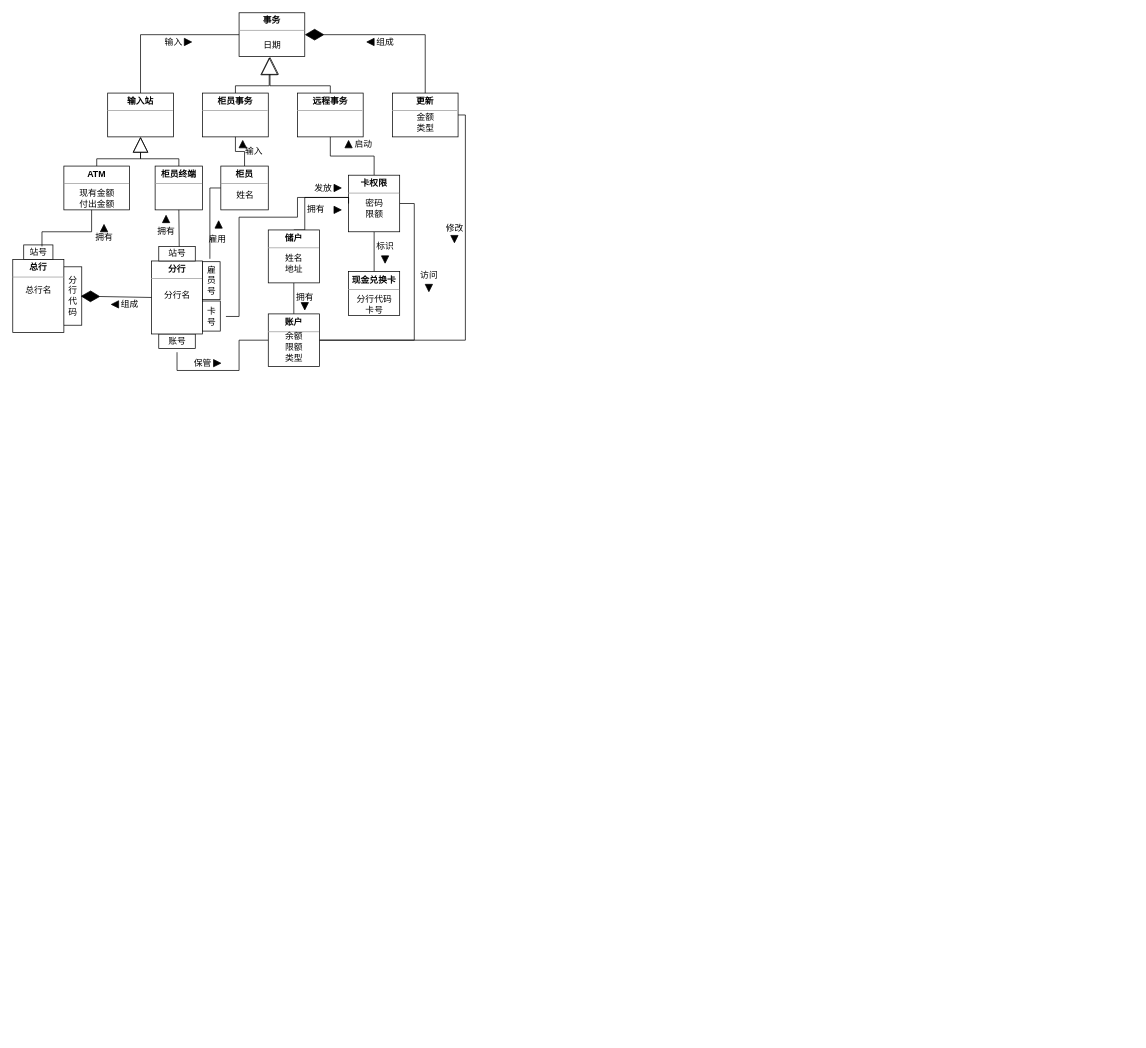
Earlier version of the draw.io diagram 实验二.drawio (1900100209/Data-Structures-And-Algorithms). Source tidied: cells renumbered, new cells numbered last; positions are measured from the earlier drawing's top-left corner, leaving out a move shared by most shapes. Both pictures are drawn from the tidied source at 73%, with x=0, y=0 at pixel (12, 12).
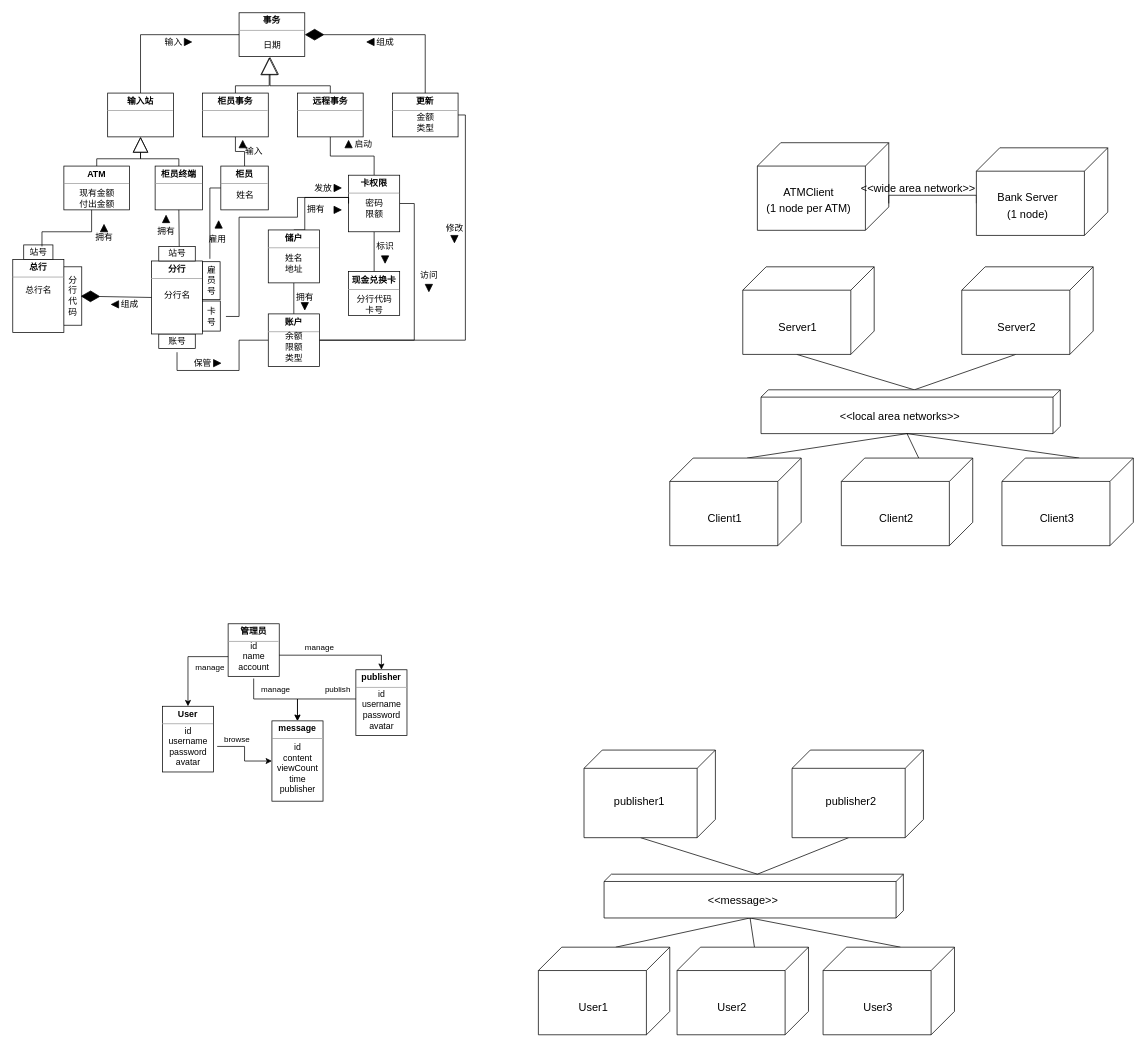
After the change.

Commit message:
更新实验二.drawio

Change to the diagram source:
```diff
@@
+    <mxCell id="95" style="verticalAlign=top;align=left;spacingTop=8;spacingLeft=2;spacingRight=12;shape=cube;size=32;direction=south;fontStyle=4;html=1;fontSize=15;" parent="1" vertex="1">
+      <mxGeometry x="1020" y="178" width="180" height="120" as="geometry" />
+    </mxCell>
+    <mxCell id="96" value="ATMClient" style="text;html=1;align=center;verticalAlign=middle;strokeColor=none;fillColor=none;fontSize=15;" parent="1" vertex="1">
+      <mxGeometry x="1045" y="230" width="90" height="30" as="geometry" />
+    </mxCell>
+    <mxCell id="97" value="(1 node per ATM)" style="text;html=1;align=center;verticalAlign=middle;strokeColor=none;fillColor=none;fontSize=15;" parent="1" vertex="1">
+      <mxGeometry x="1020" y="252.5" width="140" height="30" as="geometry" />
+    </mxCell>
+    <mxCell id="98" style="edgeStyle=orthogonalEdgeStyle;rounded=0;jettySize=auto;html=1;exitX=0;exitY=0;exitDx=76;exitDy=180;exitPerimeter=0;entryX=0.693;entryY=0;entryDx=0;entryDy=0;entryPerimeter=0;fontSize=15;endArrow=none;endFill=0;" parent="1" edge="1" source="99" target="95">
+      <mxGeometry relative="1" as="geometry">
+        <Array as="points">
+          <mxPoint x="1320" y="250" />
+          <mxPoint x="1200" y="250" />
+        </Array>
+      </mxGeometry>
+    </mxCell>
+    <mxCell id="99" style="verticalAlign=top;align=left;spacingTop=8;spacingLeft=2;spacingRight=12;shape=cube;size=32;direction=south;fontStyle=4;html=1;fontSize=15;" parent="1" vertex="1">
+      <mxGeometry x="1320" y="185" width="180" height="120" as="geometry" />
+    </mxCell>
+    <mxCell id="100" value="Bank Server" style="text;html=1;align=center;verticalAlign=middle;strokeColor=none;fillColor=none;fontSize=15;" parent="1" vertex="1">
+      <mxGeometry x="1335" y="237" width="110" height="30" as="geometry" />
+    </mxCell>
+    <mxCell id="101" value="(1 node)" style="text;html=1;align=center;verticalAlign=middle;strokeColor=none;fillColor=none;fontSize=15;" parent="1" vertex="1">
+      <mxGeometry x="1350" y="259.5" width="80" height="30" as="geometry" />
+    </mxCell>
+    <mxCell id="102" style="rounded=0;jettySize=auto;html=1;exitX=0;exitY=0;exitDx=120;exitDy=106;exitPerimeter=0;entryX=0;entryY=0;entryDx=0;entryDy=200;entryPerimeter=0;fontSize=15;endArrow=none;endFill=0;" parent="1" edge="1" source="103" target="108">
+      <mxGeometry relative="1" as="geometry" />
+    </mxCell>
+    <mxCell id="103" style="verticalAlign=top;align=left;spacingTop=8;spacingLeft=2;spacingRight=12;shape=cube;size=32;direction=south;fontStyle=4;html=1;fontSize=15;" parent="1" vertex="1">
+      <mxGeometry x="1000" y="348" width="180" height="120" as="geometry" />
+    </mxCell>
+    <mxCell id="104" value="Server1" style="text;html=1;align=center;verticalAlign=middle;strokeColor=none;fillColor=none;fontSize=15;" parent="1" vertex="1">
+      <mxGeometry x="1035" y="414.5" width="80" height="30" as="geometry" />
+    </mxCell>
+    <mxCell id="105" style="edgeStyle=none;rounded=0;jettySize=auto;html=1;exitX=0;exitY=0;exitDx=120;exitDy=106;exitPerimeter=0;fontSize=15;endArrow=none;endFill=0;entryX=0;entryY=0;entryDx=0;entryDy=200;entryPerimeter=0;" parent="1" edge="1" source="106" target="108">
+      <mxGeometry relative="1" as="geometry" />
+    </mxCell>
+    <mxCell id="106" style="verticalAlign=top;align=left;spacingTop=8;spacingLeft=2;spacingRight=12;shape=cube;size=32;direction=south;fontStyle=4;html=1;fontSize=15;" parent="1" vertex="1">
+      <mxGeometry x="1300" y="348" width="180" height="120" as="geometry" />
+    </mxCell>
+    <mxCell id="107" value="Server2" style="text;html=1;align=center;verticalAlign=middle;strokeColor=none;fillColor=none;fontSize=15;" parent="1" vertex="1">
+      <mxGeometry x="1335" y="414.5" width="80" height="30" as="geometry" />
+    </mxCell>
+    <mxCell id="108" style="verticalAlign=top;align=left;spacingTop=8;spacingLeft=2;spacingRight=12;shape=cube;size=10;direction=south;fontStyle=4;html=1;fontSize=15;" parent="1" vertex="1">
+      <mxGeometry x="1025" y="516.5" width="410" height="60" as="geometry" />
+    </mxCell>
+    <mxCell id="109" value="&amp;lt;&amp;lt;local area networks&amp;gt;&amp;gt;" style="text;html=1;align=center;verticalAlign=middle;strokeColor=none;fillColor=none;fontSize=15;" parent="1" vertex="1">
+      <mxGeometry x="1120" y="537" width="190" height="30" as="geometry" />
+    </mxCell>
+    <mxCell id="110" style="edgeStyle=none;rounded=0;jettySize=auto;html=1;exitX=0;exitY=0;exitDx=0;exitDy=74;exitPerimeter=0;entryX=0;entryY=0;entryDx=60;entryDy=210;entryPerimeter=0;fontSize=15;endArrow=none;endFill=0;" parent="1" edge="1" source="111" target="108">
+      <mxGeometry relative="1" as="geometry" />
+    </mxCell>
+    <mxCell id="111" style="verticalAlign=top;align=left;spacingTop=8;spacingLeft=2;spacingRight=12;shape=cube;size=32;direction=south;fontStyle=4;html=1;fontSize=15;" parent="1" vertex="1">
+      <mxGeometry x="900" y="610" width="180" height="120" as="geometry" />
+    </mxCell>
+    <mxCell id="112" value="Client1" style="text;html=1;align=center;verticalAlign=middle;strokeColor=none;fillColor=none;fontSize=15;" parent="1" vertex="1">
+      <mxGeometry x="940" y="676.5" width="70" height="30" as="geometry" />
+    </mxCell>
+    <mxCell id="113" style="edgeStyle=none;rounded=0;jettySize=auto;html=1;exitX=0;exitY=0;exitDx=0;exitDy=74;exitPerimeter=0;entryX=0;entryY=0;entryDx=60;entryDy=210;entryPerimeter=0;fontSize=15;endArrow=none;endFill=0;" parent="1" edge="1" source="114" target="108">
+      <mxGeometry relative="1" as="geometry" />
+    </mxCell>
+    <mxCell id="114" style="verticalAlign=top;align=left;spacingTop=8;spacingLeft=2;spacingRight=12;shape=cube;size=32;direction=south;fontStyle=4;html=1;fontSize=15;" parent="1" vertex="1">
+      <mxGeometry x="1135" y="610" width="180" height="120" as="geometry" />
+    </mxCell>
+    <mxCell id="115" value="Client2" style="text;html=1;align=center;verticalAlign=middle;strokeColor=none;fillColor=none;fontSize=15;" parent="1" vertex="1">
+      <mxGeometry x="1175" y="676.5" width="70" height="30" as="geometry" />
+    </mxCell>
+    <mxCell id="116" style="edgeStyle=none;rounded=0;jettySize=auto;html=1;exitX=0;exitY=0;exitDx=0;exitDy=74;exitPerimeter=0;entryX=0;entryY=0;entryDx=60;entryDy=210;entryPerimeter=0;fontSize=15;endArrow=none;endFill=0;" parent="1" edge="1" source="117" target="108">
+      <mxGeometry relative="1" as="geometry" />
+    </mxCell>
+    <mxCell id="117" style="verticalAlign=top;align=left;spacingTop=8;spacingLeft=2;spacingRight=12;shape=cube;size=32;direction=south;fontStyle=4;html=1;fontSize=15;" parent="1" vertex="1">
+      <mxGeometry x="1355" y="610" width="180" height="120" as="geometry" />
+    </mxCell>
+    <mxCell id="118" value="Client3" style="text;html=1;align=center;verticalAlign=middle;strokeColor=none;fillColor=none;fontSize=15;" parent="1" vertex="1">
+      <mxGeometry x="1395" y="676.5" width="70" height="30" as="geometry" />
+    </mxCell>
+    <mxCell id="119" value="&amp;lt;&amp;lt;wide area network&amp;gt;&amp;gt;" style="text;html=1;align=center;verticalAlign=middle;strokeColor=none;fillColor=none;fontSize=15;" parent="1" vertex="1">
+      <mxGeometry x="1150" y="225" width="180" height="30" as="geometry" />
+    </mxCell>
+    <mxCell id="120" value="&lt;p style=&quot;margin:0px;margin-top:4px;text-align:center;&quot;&gt;&lt;b&gt;管理员&lt;/b&gt;&lt;/p&gt;&lt;hr size=&quot;1&quot;&gt;&lt;div style=&quot;height:2px;&quot;&gt;&lt;/div&gt;" style="verticalAlign=top;align=left;overflow=fill;fontSize=12;fontFamily=Helvetica;html=1;" parent="1" vertex="1">
+      <mxGeometry x="295" y="837" width="70" height="72" as="geometry" />
+    </mxCell>
+    <mxCell id="121" style="edgeStyle=orthogonalEdgeStyle;rounded=0;jettySize=auto;html=1;entryX=0.5;entryY=0;entryDx=0;entryDy=0;fontSize=11;endArrow=classic;endFill=1;" parent="1" edge="1" source="124" target="125">
+      <mxGeometry relative="1" as="geometry" />
+    </mxCell>
+    <mxCell id="122" style="edgeStyle=orthogonalEdgeStyle;rounded=0;jettySize=auto;html=1;entryX=0.5;entryY=0;entryDx=0;entryDy=0;fontSize=11;endArrow=classic;endFill=1;" parent="1" edge="1" source="124" target="129">
+      <mxGeometry relative="1" as="geometry">
+        <Array as="points">
+          <mxPoint x="505" y="880" />
+        </Array>
+      </mxGeometry>
+    </mxCell>
+    <mxCell id="123" style="edgeStyle=orthogonalEdgeStyle;rounded=0;jettySize=auto;html=1;fontSize=11;endArrow=classic;endFill=1;" parent="1" edge="1" source="124" target="131">
+      <mxGeometry relative="1" as="geometry">
+        <Array as="points">
+          <mxPoint x="330" y="940" />
+          <mxPoint x="390" y="940" />
+        </Array>
+      </mxGeometry>
+    </mxCell>
+    <mxCell id="124" value="id&lt;br&gt;name&lt;br&gt;account" style="text;html=1;align=center;verticalAlign=middle;points=[];strokeColor=none;fillColor=none;" parent="1" vertex="1">
+      <mxGeometry x="295" y="852" width="70" height="60" as="geometry" />
+    </mxCell>
+    <mxCell id="125" value="&lt;p style=&quot;margin:0px;margin-top:4px;text-align:center;&quot;&gt;&lt;b&gt;User&lt;/b&gt;&lt;/p&gt;&lt;hr size=&quot;1&quot;&gt;&lt;div style=&quot;height:2px;&quot;&gt;&lt;/div&gt;" style="verticalAlign=top;align=left;overflow=fill;fontSize=12;fontFamily=Helvetica;html=1;" parent="1" vertex="1">
+      <mxGeometry x="205" y="950" width="70" height="90" as="geometry" />
+    </mxCell>
+    <mxCell id="126" style="edgeStyle=orthogonalEdgeStyle;rounded=0;jettySize=auto;html=1;fontSize=11;endArrow=classic;endFill=1;" parent="1" edge="1" source="127" target="131">
+      <mxGeometry relative="1" as="geometry" />
+    </mxCell>
+    <mxCell id="127" value="id&lt;br&gt;username&lt;br&gt;password&lt;br&gt;avatar" style="text;html=1;align=center;verticalAlign=middle;points=[];strokeColor=none;fillColor=none;" parent="1" vertex="1">
+      <mxGeometry x="200" y="970" width="80" height="70" as="geometry" />
+    </mxCell>
+    <mxCell id="128" style="edgeStyle=orthogonalEdgeStyle;rounded=0;jettySize=auto;html=1;entryX=0.5;entryY=0;entryDx=0;entryDy=0;fontSize=11;endArrow=classic;endFill=1;" parent="1" edge="1" source="129" target="131">
+      <mxGeometry relative="1" as="geometry">
+        <Array as="points">
+          <mxPoint x="390" y="940" />
+        </Array>
+      </mxGeometry>
+    </mxCell>
+    <mxCell id="129" value="&lt;p style=&quot;margin:0px;margin-top:4px;text-align:center;&quot;&gt;&lt;b&gt;publisher&lt;/b&gt;&lt;/p&gt;&lt;hr size=&quot;1&quot;&gt;&lt;div style=&quot;height:2px;&quot;&gt;&lt;/div&gt;" style="verticalAlign=top;align=left;overflow=fill;fontSize=12;fontFamily=Helvetica;html=1;" parent="1" vertex="1">
+      <mxGeometry x="470" y="900" width="70" height="90" as="geometry" />
+    </mxCell>
+    <mxCell id="130" value="id&lt;br&gt;username&lt;br&gt;password&lt;br&gt;avatar" style="text;html=1;align=center;verticalAlign=middle;strokeColor=none;fillColor=none;" parent="1" vertex="1">
+      <mxGeometry x="465" y="920" width="80" height="70" as="geometry" />
+    </mxCell>
+    <mxCell id="131" value="&lt;p style=&quot;margin:0px;margin-top:4px;text-align:center;&quot;&gt;&lt;b&gt;message&lt;/b&gt;&lt;/p&gt;&lt;hr size=&quot;1&quot;&gt;&lt;div style=&quot;height:2px;&quot;&gt;&lt;/div&gt;" style="verticalAlign=top;align=left;overflow=fill;fontSize=12;fontFamily=Helvetica;html=1;" parent="1" vertex="1">
+      <mxGeometry x="355" y="970" width="70" height="110" as="geometry" />
+    </mxCell>
+    <mxCell id="132" value="id&lt;br&gt;content&lt;br&gt;viewCount&lt;br&gt;time&lt;br&gt;publisher" style="text;html=1;align=center;verticalAlign=middle;strokeColor=none;fillColor=none;" parent="1" vertex="1">
+      <mxGeometry x="350" y="990" width="80" height="90" as="geometry" />
+    </mxCell>
+    <mxCell id="133" value="publish" style="text;html=1;align=center;verticalAlign=middle;strokeColor=none;fillColor=none;fontSize=11;" parent="1" vertex="1">
+      <mxGeometry x="415" y="912" width="60" height="30" as="geometry" />
+    </mxCell>
+    <mxCell id="134" value="browse" style="text;html=1;align=center;verticalAlign=middle;strokeColor=none;fillColor=none;fontSize=11;" parent="1" vertex="1">
+      <mxGeometry x="277" y="980" width="60" height="30" as="geometry" />
+    </mxCell>
+    <mxCell id="135" value="manage" style="text;html=1;align=center;verticalAlign=middle;strokeColor=none;fillColor=none;fontSize=11;" parent="1" vertex="1">
+      <mxGeometry x="235" y="882" width="70" height="30" as="geometry" />
+    </mxCell>
+    <mxCell id="136" value="manage" style="text;html=1;align=center;verticalAlign=middle;strokeColor=none;fillColor=none;fontSize=11;" parent="1" vertex="1">
+      <mxGeometry x="385" y="855" width="70" height="30" as="geometry" />
+    </mxCell>
+    <mxCell id="137" value="manage" style="text;html=1;align=center;verticalAlign=middle;strokeColor=none;fillColor=none;fontSize=11;" parent="1" vertex="1">
+      <mxGeometry x="325" y="912" width="70" height="30" as="geometry" />
+    </mxCell>
+    <mxCell id="138" style="rounded=0;jettySize=auto;html=1;exitX=0;exitY=0;exitDx=0;exitDy=74;exitPerimeter=0;entryX=0;entryY=0;entryDx=60;entryDy=210;entryPerimeter=0;fontSize=15;endArrow=none;endFill=0;" parent="1" edge="1" source="139" target="147">
+      <mxGeometry relative="1" as="geometry" />
+    </mxCell>
+    <mxCell id="139" style="verticalAlign=top;align=left;spacingTop=8;spacingLeft=2;spacingRight=12;shape=cube;size=32;direction=south;fontStyle=4;html=1;fontSize=15;" parent="1" vertex="1">
+      <mxGeometry x="720" y="1280" width="180" height="120" as="geometry" />
+    </mxCell>
+    <mxCell id="140" value="User1" style="text;html=1;align=center;verticalAlign=middle;strokeColor=none;fillColor=none;fontSize=15;" parent="1" vertex="1">
+      <mxGeometry x="765" y="1346.5" width="60" height="30" as="geometry" />
+    </mxCell>
+    <mxCell id="141" style="edgeStyle=none;rounded=0;jettySize=auto;html=1;exitX=0;exitY=0;exitDx=0;exitDy=74;exitPerimeter=0;entryX=0;entryY=0;entryDx=60;entryDy=210;entryPerimeter=0;fontSize=15;endArrow=none;endFill=0;" parent="1" edge="1" source="142" target="147">
+      <mxGeometry relative="1" as="geometry" />
+    </mxCell>
+    <mxCell id="142" style="verticalAlign=top;align=left;spacingTop=8;spacingLeft=2;spacingRight=12;shape=cube;size=32;direction=south;fontStyle=4;html=1;fontSize=15;" parent="1" vertex="1">
+      <mxGeometry x="910" y="1280" width="180" height="120" as="geometry" />
+    </mxCell>
+    <mxCell id="143" value="User2" style="text;html=1;align=center;verticalAlign=middle;strokeColor=none;fillColor=none;fontSize=15;" parent="1" vertex="1">
+      <mxGeometry x="955" y="1346.5" width="60" height="30" as="geometry" />
+    </mxCell>
+    <mxCell id="144" style="edgeStyle=none;rounded=0;jettySize=auto;html=1;exitX=0;exitY=0;exitDx=0;exitDy=74;exitPerimeter=0;fontSize=15;endArrow=none;endFill=0;entryX=0;entryY=0;entryDx=60;entryDy=210;entryPerimeter=0;" parent="1" edge="1" source="145" target="147">
+      <mxGeometry relative="1" as="geometry" />
+    </mxCell>
+    <mxCell id="145" style="verticalAlign=top;align=left;spacingTop=8;spacingLeft=2;spacingRight=12;shape=cube;size=32;direction=south;fontStyle=4;html=1;fontSize=15;" parent="1" vertex="1">
+      <mxGeometry x="1110" y="1280" width="180" height="120" as="geometry" />
+    </mxCell>
+    <mxCell id="146" value="User3" style="text;html=1;align=center;verticalAlign=middle;strokeColor=none;fillColor=none;fontSize=15;" parent="1" vertex="1">
+      <mxGeometry x="1155" y="1346.5" width="60" height="30" as="geometry" />
+    </mxCell>
+    <mxCell id="147" style="verticalAlign=top;align=left;spacingTop=8;spacingLeft=2;spacingRight=12;shape=cube;size=10;direction=south;fontStyle=4;html=1;fontSize=15;" parent="1" vertex="1">
+      <mxGeometry x="810" y="1180" width="410" height="60" as="geometry" />
+    </mxCell>
+    <mxCell id="148" value="&amp;lt;&amp;lt;message&amp;gt;&amp;gt;" style="text;html=1;align=center;verticalAlign=middle;strokeColor=none;fillColor=none;fontSize=15;" parent="1" vertex="1">
+      <mxGeometry x="940" y="1200.5" width="120" height="30" as="geometry" />
+    </mxCell>
+    <mxCell id="149" style="edgeStyle=none;rounded=0;jettySize=auto;html=1;exitX=0;exitY=0;exitDx=120;exitDy=102.5;exitPerimeter=0;entryX=0;entryY=0;entryDx=0;entryDy=200;entryPerimeter=0;fontSize=15;endArrow=none;endFill=0;" parent="1" edge="1" source="150" target="147">
+      <mxGeometry relative="1" as="geometry" />
+    </mxCell>
+    <mxCell id="150" style="verticalAlign=top;align=left;spacingTop=8;spacingLeft=2;spacingRight=12;shape=cube;size=25;direction=south;fontStyle=4;html=1;fontSize=15;" parent="1" vertex="1">
+      <mxGeometry x="782.5" y="1010" width="180" height="120" as="geometry" />
+    </mxCell>
+    <mxCell id="151" value="&lt;font style=&quot;font-size: 15px;&quot;&gt;publisher1&lt;/font&gt;" style="text;html=1;align=center;verticalAlign=middle;strokeColor=none;fillColor=none;fontSize=11;" parent="1" vertex="1">
+      <mxGeometry x="812.5" y="1065" width="90" height="30" as="geometry" />
+    </mxCell>
+    <mxCell id="152" style="edgeStyle=none;rounded=0;jettySize=auto;html=1;exitX=0;exitY=0;exitDx=120;exitDy=102.5;exitPerimeter=0;entryX=0;entryY=0;entryDx=0;entryDy=200;entryPerimeter=0;fontSize=15;endArrow=none;endFill=0;" parent="1" edge="1" source="153" target="147">
+      <mxGeometry relative="1" as="geometry" />
+    </mxCell>
+    <mxCell id="153" style="verticalAlign=top;align=left;spacingTop=8;spacingLeft=2;spacingRight=12;shape=cube;size=25;direction=south;fontStyle=4;html=1;fontSize=15;" parent="1" vertex="1">
+      <mxGeometry x="1067.5" y="1010" width="180" height="120" as="geometry" />
+    </mxCell>
+    <mxCell id="154" value="&lt;font style=&quot;font-size: 15px;&quot;&gt;publisher2&lt;/font&gt;" style="text;html=1;align=center;verticalAlign=middle;strokeColor=none;fillColor=none;fontSize=11;" parent="1" vertex="1">
+      <mxGeometry x="1102.5" y="1065" width="90" height="30" as="geometry" />
+    </mxCell>
```
